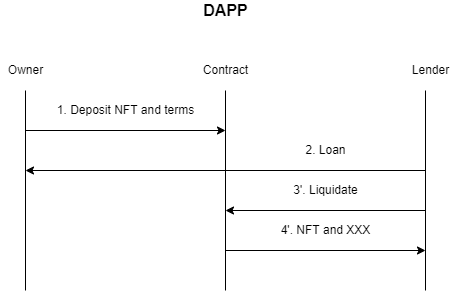
This is doc/DAPP.png from nft-lending/nft-lending-algorand, a draw.io export, as it was before one commit. Source tidied: cells renumbered, new cells last; positions are measured from the earlier drawing's top-left corner, leaving out a move shared by most shapes. The source it was exported from:
```xml
<mxGraphModel>
  <root>
    <mxCell id="0" />
    <mxCell id="1" parent="0" />
    <mxCell id="2" style="endArrow=none;html=1;rounded=0;" parent="1" edge="1">
      <mxGeometry relative="1" as="geometry">
        <mxPoint x="425" y="290" as="sourcePoint" />
        <mxPoint x="425" y="90" as="targetPoint" />
      </mxGeometry>
    </mxCell>
    <mxCell id="3" style="endArrow=none;html=1;rounded=0;" parent="1" edge="1">
      <mxGeometry relative="1" as="geometry">
        <mxPoint x="25" y="290" as="sourcePoint" />
        <mxPoint x="25" y="90" as="targetPoint" />
      </mxGeometry>
    </mxCell>
    <mxCell id="4" style="endArrow=none;html=1;rounded=0;" parent="1" edge="1">
      <mxGeometry relative="1" as="geometry">
        <mxPoint x="225" y="290" as="sourcePoint" />
        <mxPoint x="225" y="90" as="targetPoint" />
      </mxGeometry>
    </mxCell>
    <mxCell id="5" value="Lender" style="text;html=1;align=center;verticalAlign=middle;strokeColor=none;fillColor=none;" parent="1" vertex="1">
      <mxGeometry x="405" y="60" width="50" height="20" as="geometry" />
    </mxCell>
    <mxCell id="6" value="Contract" style="text;html=1;align=center;verticalAlign=middle;strokeColor=none;fillColor=none;" parent="1" vertex="1">
      <mxGeometry x="195" y="60" width="60" height="20" as="geometry" />
    </mxCell>
    <mxCell id="7" value="Owner" style="text;html=1;align=center;verticalAlign=middle;strokeColor=none;fillColor=none;" parent="1" vertex="1">
      <mxGeometry y="60" width="50" height="20" as="geometry" />
    </mxCell>
    <mxCell id="8" style="endArrow=classic;html=1;rounded=0;" parent="1" edge="1">
      <mxGeometry relative="1" as="geometry">
        <mxPoint x="25" y="130" as="sourcePoint" />
        <mxPoint x="225" y="130" as="targetPoint" />
      </mxGeometry>
    </mxCell>
    <mxCell id="9" style="endArrow=classic;html=1;rounded=0;" parent="1" edge="1">
      <mxGeometry relative="1" as="geometry">
        <mxPoint x="225" y="250" as="sourcePoint" />
        <mxPoint x="425" y="250" as="targetPoint" />
      </mxGeometry>
    </mxCell>
    <mxCell id="10" style="endArrow=classic;html=1;rounded=0;" parent="1" edge="1">
      <mxGeometry relative="1" as="geometry">
        <mxPoint x="425" y="170" as="sourcePoint" />
        <mxPoint x="25" y="170" as="targetPoint" />
      </mxGeometry>
    </mxCell>
    <mxCell id="11" style="endArrow=classic;html=1;rounded=0;" parent="1" edge="1">
      <mxGeometry relative="1" as="geometry">
        <mxPoint x="425" y="210" as="sourcePoint" />
        <mxPoint x="225" y="210" as="targetPoint" />
      </mxGeometry>
    </mxCell>
    <mxCell id="12" value="1. Deposit NFT and terms" style="text;html=1;align=center;verticalAlign=middle;strokeColor=none;fillColor=none;" parent="1" vertex="1">
      <mxGeometry x="50" y="100" width="150" height="20" as="geometry" />
    </mxCell>
    <mxCell id="13" value="2. Loan" style="text;html=1;align=center;verticalAlign=middle;strokeColor=none;fillColor=none;" parent="1" vertex="1">
      <mxGeometry x="295" y="140" width="60" height="20" as="geometry" />
    </mxCell>
    <mxCell id="14" value="4'. NFT and XXX" style="text;html=1;align=center;verticalAlign=middle;strokeColor=none;fillColor=none;" parent="1" vertex="1">
      <mxGeometry x="275" y="220" width="100" height="20" as="geometry" />
    </mxCell>
    <mxCell id="15" value="3'. Liquidate" style="text;html=1;align=center;verticalAlign=middle;strokeColor=none;fillColor=none;" parent="1" vertex="1">
      <mxGeometry x="285" y="180" width="80" height="20" as="geometry" />
    </mxCell>
    <mxCell id="16" value="&lt;b&gt;&lt;font style=&quot;font-size: 16px&quot;&gt;DAPP&lt;/font&gt;&lt;/b&gt;" style="text;html=1;align=center;verticalAlign=middle;strokeColor=none;fillColor=none;" parent="1" vertex="1">
      <mxGeometry x="195" width="60" height="20" as="geometry" />
    </mxCell>
  </root>
</mxGraphModel>
```
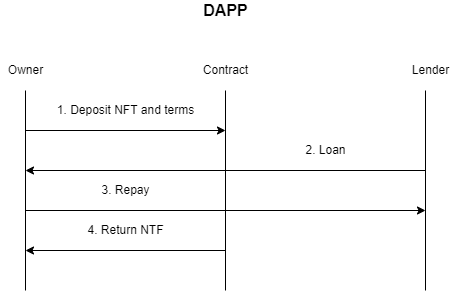
Above is the later version.

Commit message:
fixed error in DAPP diagram

Change to the diagram source:
```diff
@@ -2,24 +2,27 @@
   <root>
     <mxCell id="0" />
     <mxCell id="1" parent="0" />
-    <mxCell id="2" style="endArrow=none;html=1;rounded=0;" parent="1" edge="1">
-      <mxGeometry relative="1" as="geometry">
-        <mxPoint x="425" y="290" as="sourcePoint" />
-        <mxPoint x="425" y="90" as="targetPoint" />
-      </mxGeometry>
-    </mxCell>
-    <mxCell id="3" style="endArrow=none;html=1;rounded=0;" parent="1" edge="1">
-      <mxGeometry relative="1" as="geometry">
-        <mxPoint x="25" y="290" as="sourcePoint" />
-        <mxPoint x="25" y="90" as="targetPoint" />
-      </mxGeometry>
-    </mxCell>
-    <mxCell id="4" style="endArrow=none;html=1;rounded=0;" parent="1" edge="1">
-      <mxGeometry relative="1" as="geometry">
-        <mxPoint x="225" y="290" as="sourcePoint" />
-        <mxPoint x="225" y="90" as="targetPoint" />
-      </mxGeometry>
-    </mxCell>
+    <mxCell id="17" style="endArrow=none;html=1;rounded=0;" parent="1" edge="1">
+      <mxGeometry relative="1" as="geometry">
+        <mxPoint x="425" y="290" as="sourcePoint" />
+        <mxPoint x="425" y="90" as="targetPoint" />
+      </mxGeometry>
+    </mxCell>
+    <mxCell id="18" style="endArrow=none;html=1;rounded=0;" parent="1" edge="1">
+      <mxGeometry relative="1" as="geometry">
+        <mxPoint x="25" y="290" as="sourcePoint" />
+        <mxPoint x="25" y="90" as="targetPoint" />
+      </mxGeometry>
+    </mxCell>
+    <mxCell id="19" style="endArrow=none;html=1;rounded=0;" parent="1" edge="1">
+      <mxGeometry relative="1" as="geometry">
+        <mxPoint x="225" y="290" as="sourcePoint" />
+        <mxPoint x="225" y="90" as="targetPoint" />
+      </mxGeometry>
+    </mxCell>
+    <mxCell id="16" value="&lt;b&gt;&lt;font style=&quot;font-size: 16px&quot;&gt;DAPP&lt;/font&gt;&lt;/b&gt;" style="text;html=1;align=center;verticalAlign=middle;strokeColor=none;fillColor=none;" parent="1" vertex="1">
+      <mxGeometry x="195" width="60" height="20" as="geometry" />
+    </mxCell>
     <mxCell id="5" value="Lender" style="text;html=1;align=center;verticalAlign=middle;strokeColor=none;fillColor=none;" parent="1" vertex="1">
       <mxGeometry x="405" y="60" width="50" height="20" as="geometry" />
     </mxCell>
@@ -29,44 +32,41 @@
     <mxCell id="7" value="Owner" style="text;html=1;align=center;verticalAlign=middle;strokeColor=none;fillColor=none;" parent="1" vertex="1">
       <mxGeometry y="60" width="50" height="20" as="geometry" />
     </mxCell>
-    <mxCell id="8" style="endArrow=classic;html=1;rounded=0;" parent="1" edge="1">
-      <mxGeometry relative="1" as="geometry">
-        <mxPoint x="25" y="130" as="sourcePoint" />
-        <mxPoint x="225" y="130" as="targetPoint" />
-      </mxGeometry>
-    </mxCell>
-    <mxCell id="9" style="endArrow=classic;html=1;rounded=0;" parent="1" edge="1">
-      <mxGeometry relative="1" as="geometry">
-        <mxPoint x="225" y="250" as="sourcePoint" />
-        <mxPoint x="425" y="250" as="targetPoint" />
-      </mxGeometry>
-    </mxCell>
-    <mxCell id="10" style="endArrow=classic;html=1;rounded=0;" parent="1" edge="1">
-      <mxGeometry relative="1" as="geometry">
-        <mxPoint x="425" y="170" as="sourcePoint" />
-        <mxPoint x="25" y="170" as="targetPoint" />
-      </mxGeometry>
-    </mxCell>
-    <mxCell id="11" style="endArrow=classic;html=1;rounded=0;" parent="1" edge="1">
-      <mxGeometry relative="1" as="geometry">
-        <mxPoint x="425" y="210" as="sourcePoint" />
-        <mxPoint x="225" y="210" as="targetPoint" />
-      </mxGeometry>
-    </mxCell>
+    <mxCell id="20" style="endArrow=classic;html=1;rounded=0;" parent="1" edge="1">
+      <mxGeometry relative="1" as="geometry">
+        <mxPoint x="25" y="130" as="sourcePoint" />
+        <mxPoint x="225" y="130" as="targetPoint" />
+      </mxGeometry>
+    </mxCell>
+    <mxCell id="21" style="endArrow=classic;html=1;rounded=0;" parent="1" edge="1">
+      <mxGeometry relative="1" as="geometry">
+        <mxPoint x="25" y="210" as="sourcePoint" />
+        <mxPoint x="425" y="210" as="targetPoint" />
+      </mxGeometry>
+    </mxCell>
+    <mxCell id="22" style="endArrow=classic;html=1;rounded=0;" parent="1" edge="1">
+      <mxGeometry relative="1" as="geometry">
+        <mxPoint x="425" y="170" as="sourcePoint" />
+        <mxPoint x="25" y="170" as="targetPoint" />
+      </mxGeometry>
+    </mxCell>
+    <mxCell id="23" style="endArrow=classic;html=1;rounded=0;" parent="1" edge="1">
+      <mxGeometry relative="1" as="geometry">
+        <mxPoint x="225" y="250" as="sourcePoint" />
+        <mxPoint x="25" y="250" as="targetPoint" />
+      </mxGeometry>
+    </mxCell>
     <mxCell id="12" value="1. Deposit NFT and terms" style="text;html=1;align=center;verticalAlign=middle;strokeColor=none;fillColor=none;" parent="1" vertex="1">
       <mxGeometry x="50" y="100" width="150" height="20" as="geometry" />
     </mxCell>
     <mxCell id="13" value="2. Loan" style="text;html=1;align=center;verticalAlign=middle;strokeColor=none;fillColor=none;" parent="1" vertex="1">
       <mxGeometry x="295" y="140" width="60" height="20" as="geometry" />
     </mxCell>
-    <mxCell id="14" value="4'. NFT and XXX" style="text;html=1;align=center;verticalAlign=middle;strokeColor=none;fillColor=none;" parent="1" vertex="1">
-      <mxGeometry x="275" y="220" width="100" height="20" as="geometry" />
-    </mxCell>
-    <mxCell id="15" value="3'. Liquidate" style="text;html=1;align=center;verticalAlign=middle;strokeColor=none;fillColor=none;" parent="1" vertex="1">
-      <mxGeometry x="285" y="180" width="80" height="20" as="geometry" />
-    </mxCell>
-    <mxCell id="16" value="&lt;b&gt;&lt;font style=&quot;font-size: 16px&quot;&gt;DAPP&lt;/font&gt;&lt;/b&gt;" style="text;html=1;align=center;verticalAlign=middle;strokeColor=none;fillColor=none;" parent="1" vertex="1">
-      <mxGeometry x="195" width="60" height="20" as="geometry" />
-    </mxCell>
+    <mxCell id="24" value="3. Repay" style="text;html=1;align=center;verticalAlign=middle;strokeColor=none;fillColor=none;" parent="1" vertex="1">
+      <mxGeometry x="95" y="180" width="60" height="20" as="geometry" />
+    </mxCell>
+    <mxCell id="25" value="4. Return NTF" style="text;html=1;align=center;verticalAlign=middle;strokeColor=none;fillColor=none;" parent="1" vertex="1">
+      <mxGeometry x="80" y="220" width="90" height="20" as="geometry" />
+    </mxCell>
   </root>
 </mxGraphModel>
```
